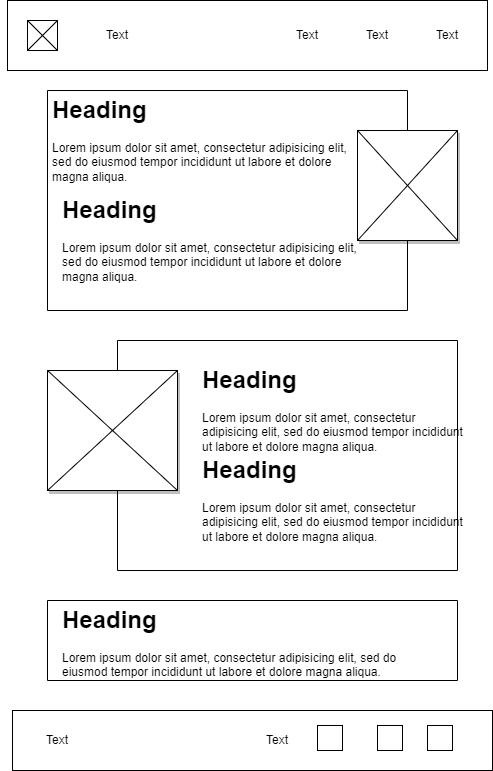
The draw.io diagram southern_bantu/images/Page-3-Wireframe.png in Nobility24/wdd130, before a commit. Source tidied: cells renumbered, new cells last; positions are measured from the earlier drawing's top-left corner, leaving out a move shared by most shapes.
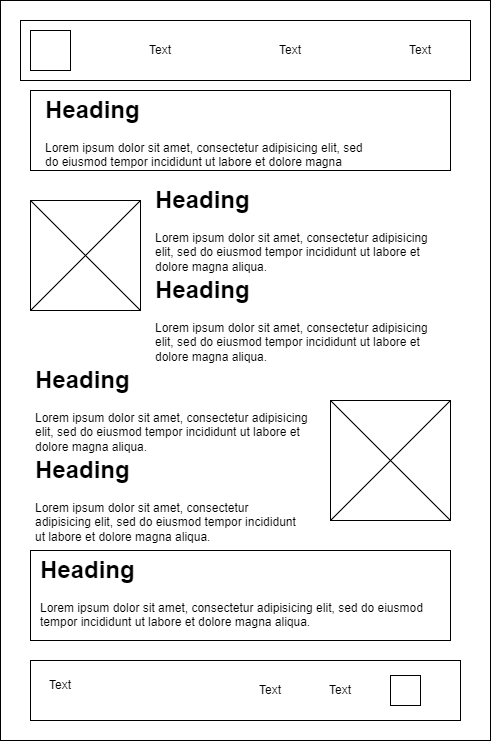
After the change.

Commit message:
first CSS add on personal website page 3

Change to the diagram source:
```diff
@@ -2,100 +2,80 @@
   <root>
     <mxCell id="0" />
     <mxCell id="1" parent="0" />
-    <mxCell id="2" style="edgeStyle=orthogonalEdgeStyle;rounded=0;jettySize=auto;html=1;exitX=0;exitY=0.5;exitDx=0;exitDy=0;" parent="1" edge="1" source="3">
-      <mxGeometry relative="1" as="geometry">
-        <mxPoint y="35" as="targetPoint" />
-      </mxGeometry>
-    </mxCell>
-    <mxCell id="3" style="rounded=0;whiteSpace=wrap;html=1;" parent="1" vertex="1">
-      <mxGeometry width="480" height="70" as="geometry" />
-    </mxCell>
-    <mxCell id="4" style="whiteSpace=wrap;html=1;" parent="1" vertex="1">
-      <mxGeometry x="20" y="20" width="30" height="30" as="geometry" />
-    </mxCell>
-    <mxCell id="5" style="endArrow=none;html=1;rounded=0;" parent="1" edge="1">
-      <mxGeometry relative="1" as="geometry">
-        <mxPoint x="20" y="50" as="sourcePoint" />
-        <mxPoint x="50" y="20" as="targetPoint" />
-      </mxGeometry>
-    </mxCell>
-    <mxCell id="6" style="endArrow=none;html=1;rounded=0;" parent="1" edge="1">
-      <mxGeometry relative="1" as="geometry">
-        <mxPoint x="20" y="20" as="sourcePoint" />
-        <mxPoint x="50" y="50" as="targetPoint" />
-      </mxGeometry>
-    </mxCell>
-    <mxCell id="7" value="Text" style="text;html=1;strokeColor=none;fillColor=none;align=center;verticalAlign=middle;whiteSpace=wrap;rounded=0;" parent="1" vertex="1">
-      <mxGeometry x="270" y="20" width="60" height="30" as="geometry" />
-    </mxCell>
-    <mxCell id="8" value="Text" style="text;html=1;strokeColor=none;fillColor=none;align=center;verticalAlign=middle;whiteSpace=wrap;rounded=0;" parent="1" vertex="1">
-      <mxGeometry x="340" y="20" width="60" height="30" as="geometry" />
-    </mxCell>
-    <mxCell id="9" value="Text" style="text;html=1;strokeColor=none;fillColor=none;align=center;verticalAlign=middle;whiteSpace=wrap;rounded=0;" parent="1" vertex="1">
-      <mxGeometry x="410" y="20" width="60" height="30" as="geometry" />
-    </mxCell>
-    <mxCell id="10" value="Text" style="text;html=1;strokeColor=#Home;fillColor=none;align=center;verticalAlign=middle;whiteSpace=wrap;rounded=0;" parent="1" vertex="1">
-      <mxGeometry x="80" y="20" width="60" height="30" as="geometry" />
-    </mxCell>
-    <mxCell id="11" style="rounded=0;whiteSpace=wrap;html=1;" parent="1" vertex="1">
-      <mxGeometry x="5" y="710" width="480" height="60" as="geometry" />
-    </mxCell>
-    <mxCell id="12" value="Text" style="text;html=1;strokeColor=none;fillColor=none;align=center;verticalAlign=middle;whiteSpace=wrap;rounded=0;" parent="1" vertex="1">
-      <mxGeometry x="20" y="725" width="60" height="30" as="geometry" />
-    </mxCell>
-    <mxCell id="13" style="swimlane;startSize=0;" parent="1" vertex="1">
-      <mxGeometry x="40" y="90" width="360" height="220" as="geometry" />
-    </mxCell>
-    <mxCell id="14" value="&lt;h1&gt;Heading&lt;/h1&gt;&lt;p&gt;Lorem ipsum dolor sit amet, consectetur adipisicing elit, sed do eiusmod tempor incididunt ut labore et dolore magna aliqua.&lt;/p&gt;" style="text;html=1;strokeColor=none;fillColor=none;spacing=5;spacingTop=-20;whiteSpace=wrap;overflow=hidden;rounded=0;" parent="13" vertex="1">
-      <mxGeometry width="320" height="120" as="geometry" />
-    </mxCell>
-    <mxCell id="15" value="&lt;h1&gt;Heading&lt;/h1&gt;&lt;p&gt;Lorem ipsum dolor sit amet, consectetur adipisicing elit, sed do eiusmod tempor incididunt ut labore et dolore magna aliqua.&lt;/p&gt;" style="text;html=1;strokeColor=none;fillColor=none;spacing=5;spacingTop=-20;whiteSpace=wrap;overflow=hidden;rounded=0;" parent="13" vertex="1">
-      <mxGeometry x="10" y="100" width="310" height="120" as="geometry" />
-    </mxCell>
-    <mxCell id="16" style="swimlane;startSize=0;" parent="1" vertex="1">
-      <mxGeometry x="110" y="340" width="340" height="230" as="geometry" />
-    </mxCell>
-    <mxCell id="17" value="&lt;h1&gt;Heading&lt;/h1&gt;&lt;p&gt;Lorem ipsum dolor sit amet, consectetur adipisicing elit, sed do eiusmod tempor incididunt ut labore et dolore magna aliqua.&lt;/p&gt;" style="text;html=1;strokeColor=none;fillColor=none;spacing=5;spacingTop=-20;whiteSpace=wrap;overflow=hidden;rounded=0;" parent="16" vertex="1">
-      <mxGeometry x="80" y="20" width="270" height="100" as="geometry" />
-    </mxCell>
-    <mxCell id="18" value="&lt;h1&gt;Heading&lt;/h1&gt;&lt;p&gt;Lorem ipsum dolor sit amet, consectetur adipisicing elit, sed do eiusmod tempor incididunt ut labore et dolore magna aliqua.&lt;/p&gt;" style="text;html=1;strokeColor=none;fillColor=none;spacing=5;spacingTop=-20;whiteSpace=wrap;overflow=hidden;rounded=0;" parent="16" vertex="1">
-      <mxGeometry x="80" y="110" width="270" height="120" as="geometry" />
-    </mxCell>
-    <mxCell id="19" style="whiteSpace=wrap;html=1;rounded=0;shadow=1;" parent="1" vertex="1">
-      <mxGeometry x="350" y="130" width="100" height="110" as="geometry" />
-    </mxCell>
-    <mxCell id="20" style="endArrow=none;html=1;rounded=0;entryX=1;entryY=0;entryDx=0;entryDy=0;exitX=0;exitY=1;exitDx=0;exitDy=0;" parent="1" edge="1" source="19" target="19">
-      <mxGeometry relative="1" as="geometry" />
-    </mxCell>
-    <mxCell id="21" style="endArrow=none;html=1;rounded=0;entryX=0;entryY=0;entryDx=0;entryDy=0;exitX=1;exitY=1;exitDx=0;exitDy=0;" parent="1" edge="1" source="19" target="19">
-      <mxGeometry relative="1" as="geometry" />
-    </mxCell>
-    <mxCell id="22" style="rounded=0;whiteSpace=wrap;html=1;shadow=1;" parent="1" vertex="1">
-      <mxGeometry x="40" y="370" width="130" height="120" as="geometry" />
-    </mxCell>
-    <mxCell id="23" style="endArrow=none;html=1;rounded=0;entryX=1;entryY=0;entryDx=0;entryDy=0;exitX=0;exitY=1;exitDx=0;exitDy=0;" parent="1" edge="1" source="22" target="22">
-      <mxGeometry relative="1" as="geometry" />
-    </mxCell>
-    <mxCell id="24" style="endArrow=none;html=1;rounded=0;entryX=0;entryY=0;entryDx=0;entryDy=0;exitX=1;exitY=1;exitDx=0;exitDy=0;" parent="1" edge="1" source="22" target="22">
-      <mxGeometry relative="1" as="geometry" />
-    </mxCell>
-    <mxCell id="25" style="swimlane;startSize=0;" parent="1" vertex="1">
-      <mxGeometry x="40" y="600" width="410" height="80" as="geometry" />
-    </mxCell>
-    <mxCell id="26" value="&lt;h1&gt;Heading&lt;/h1&gt;&lt;p&gt;Lorem ipsum dolor sit amet, consectetur adipisicing elit, sed do eiusmod tempor incididunt ut labore et dolore magna aliqua.&lt;/p&gt;" style="text;html=1;strokeColor=none;fillColor=none;spacing=5;spacingTop=-20;whiteSpace=wrap;overflow=hidden;rounded=0;" parent="25" vertex="1">
-      <mxGeometry x="10" width="390" height="80" as="geometry" />
-    </mxCell>
-    <mxCell id="27" value="Text" style="text;html=1;strokeColor=none;fillColor=none;align=center;verticalAlign=middle;whiteSpace=wrap;rounded=0;" parent="1" vertex="1">
-      <mxGeometry x="240" y="725" width="60" height="30" as="geometry" />
-    </mxCell>
-    <mxCell id="28" style="whiteSpace=wrap;html=1;" parent="1" vertex="1">
-      <mxGeometry x="310" y="725" width="25" height="25" as="geometry" />
-    </mxCell>
-    <mxCell id="29" style="whiteSpace=wrap;html=1;" parent="1" vertex="1">
-      <mxGeometry x="370" y="725" width="25" height="25" as="geometry" />
-    </mxCell>
-    <mxCell id="30" style="whiteSpace=wrap;html=1;" parent="1" vertex="1">
-      <mxGeometry x="420" y="725" width="25" height="25" as="geometry" />
-    </mxCell>
+    <mxCell id="31" style="rounded=0;whiteSpace=wrap;html=1;" parent="1" vertex="1">
+      <mxGeometry x="840" y="790" width="490" height="740" as="geometry" />
+    </mxCell>
+    <mxCell id="32" style="rounded=0;whiteSpace=wrap;html=1;" parent="1" vertex="1">
+      <mxGeometry x="860" y="810" width="450" height="60" as="geometry" />
+    </mxCell>
+    <mxCell id="33" style="whiteSpace=wrap;html=1;" parent="1" vertex="1">
+      <mxGeometry x="870" y="820" width="40" height="40" as="geometry" />
+    </mxCell>
+    <mxCell id="34" value="Text" style="text;html=1;strokeColor=none;fillColor=none;align=center;verticalAlign=middle;whiteSpace=wrap;rounded=0;" parent="1" vertex="1">
+      <mxGeometry x="970" y="825" width="60" height="30" as="geometry" />
+    </mxCell>
+    <mxCell id="35" value="Text" style="text;html=1;strokeColor=none;fillColor=none;align=center;verticalAlign=middle;whiteSpace=wrap;rounded=0;" parent="1" vertex="1">
+      <mxGeometry x="1100" y="825" width="60" height="30" as="geometry" />
+    </mxCell>
+    <mxCell id="36" value="Text" style="text;html=1;strokeColor=none;fillColor=none;align=center;verticalAlign=middle;whiteSpace=wrap;rounded=0;" parent="1" vertex="1">
+      <mxGeometry x="1230" y="825" width="60" height="30" as="geometry" />
+    </mxCell>
+    <mxCell id="37" style="rounded=0;whiteSpace=wrap;html=1;" parent="1" vertex="1">
+      <mxGeometry x="870" y="880" width="420" height="80" as="geometry" />
+    </mxCell>
+    <mxCell id="38" value="&lt;h1&gt;Heading&lt;/h1&gt;&lt;p&gt;Lorem ipsum dolor sit amet, consectetur adipisicing elit, sed do eiusmod tempor incididunt ut labore et dolore magna aliqua.&lt;/p&gt;" style="text;html=1;strokeColor=none;fillColor=none;spacing=5;spacingTop=-20;whiteSpace=wrap;overflow=hidden;rounded=0;" parent="1" vertex="1">
+      <mxGeometry x="880" y="880" width="330" height="80" as="geometry" />
+    </mxCell>
+    <mxCell id="39" style="whiteSpace=wrap;html=1;" parent="1" vertex="1">
+      <mxGeometry x="870" y="990" width="110" height="110" as="geometry" />
+    </mxCell>
+    <mxCell id="40" style="endArrow=none;html=1;rounded=0;entryX=1;entryY=0;entryDx=0;entryDy=0;exitX=0;exitY=1;exitDx=0;exitDy=0;" parent="1" edge="1" source="39" target="39">
+      <mxGeometry relative="1" as="geometry" />
+    </mxCell>
+    <mxCell id="41" style="endArrow=none;html=1;rounded=0;entryX=0;entryY=0;entryDx=0;entryDy=0;exitX=1;exitY=1;exitDx=0;exitDy=0;" parent="1" edge="1" source="39" target="39">
+      <mxGeometry relative="1" as="geometry" />
+    </mxCell>
+    <mxCell id="42" value="&lt;h1&gt;Heading&lt;/h1&gt;&lt;p&gt;Lorem ipsum dolor sit amet, consectetur adipisicing elit, sed do eiusmod tempor incididunt ut labore et dolore magna aliqua.&lt;/p&gt;" style="text;html=1;strokeColor=none;fillColor=none;spacing=5;spacingTop=-20;whiteSpace=wrap;overflow=hidden;rounded=0;" parent="1" vertex="1">
+      <mxGeometry x="990" y="970" width="300" height="100" as="geometry" />
+    </mxCell>
+    <mxCell id="43" value="&lt;h1&gt;Heading&lt;/h1&gt;&lt;p&gt;Lorem ipsum dolor sit amet, consectetur adipisicing elit, sed do eiusmod tempor incididunt ut labore et dolore magna aliqua.&lt;/p&gt;" style="text;html=1;strokeColor=none;fillColor=none;spacing=5;spacingTop=-20;whiteSpace=wrap;overflow=hidden;rounded=0;" parent="1" vertex="1">
+      <mxGeometry x="990" y="1060" width="300" height="100" as="geometry" />
+    </mxCell>
+    <mxCell id="44" value="&lt;h1&gt;Heading&lt;/h1&gt;&lt;p&gt;Lorem ipsum dolor sit amet, consectetur adipisicing elit, sed do eiusmod tempor incididunt ut labore et dolore magna aliqua.&lt;/p&gt;" style="text;html=1;strokeColor=none;fillColor=none;spacing=5;spacingTop=-20;whiteSpace=wrap;overflow=hidden;rounded=0;" parent="1" vertex="1">
+      <mxGeometry x="870" y="1150" width="290" height="120" as="geometry" />
+    </mxCell>
+    <mxCell id="45" style="whiteSpace=wrap;html=1;" parent="1" vertex="1">
+      <mxGeometry x="1170" y="1190" width="120" height="120" as="geometry" />
+    </mxCell>
+    <mxCell id="46" style="endArrow=none;html=1;rounded=0;entryX=1;entryY=0;entryDx=0;entryDy=0;exitX=0;exitY=1;exitDx=0;exitDy=0;" parent="1" edge="1" source="45" target="45">
+      <mxGeometry relative="1" as="geometry" />
+    </mxCell>
+    <mxCell id="47" style="endArrow=none;html=1;rounded=0;exitX=1;exitY=1;exitDx=0;exitDy=0;entryX=0;entryY=0;entryDx=0;entryDy=0;" parent="1" edge="1" source="45" target="45">
+      <mxGeometry relative="1" as="geometry" />
+    </mxCell>
+    <mxCell id="48" value="&lt;h1&gt;Heading&lt;/h1&gt;&lt;p&gt;Lorem ipsum dolor sit amet, consectetur adipisicing elit, sed do eiusmod tempor incididunt ut labore et dolore magna aliqua.&lt;/p&gt;" style="text;html=1;strokeColor=none;fillColor=none;spacing=5;spacingTop=-20;whiteSpace=wrap;overflow=hidden;rounded=0;" parent="1" vertex="1">
+      <mxGeometry x="870" y="1240" width="280" height="120" as="geometry" />
+    </mxCell>
+    <mxCell id="49" style="rounded=0;whiteSpace=wrap;html=1;" parent="1" vertex="1">
+      <mxGeometry x="870" y="1340" width="420" height="90" as="geometry" />
+    </mxCell>
+    <mxCell id="50" value="&lt;h1&gt;Heading&lt;/h1&gt;&lt;p&gt;Lorem ipsum dolor sit amet, consectetur adipisicing elit, sed do eiusmod tempor incididunt ut labore et dolore magna aliqua.&lt;/p&gt;" style="text;html=1;strokeColor=none;fillColor=none;spacing=5;spacingTop=-20;whiteSpace=wrap;overflow=hidden;rounded=0;" parent="1" vertex="1">
+      <mxGeometry x="875" y="1340" width="420" height="120" as="geometry" />
+    </mxCell>
+    <mxCell id="51" style="rounded=0;whiteSpace=wrap;html=1;" parent="1" vertex="1">
+      <mxGeometry x="870" y="1450" width="430" height="60" as="geometry" />
+    </mxCell>
+    <mxCell id="52" value="Text" style="text;html=1;strokeColor=none;fillColor=none;align=center;verticalAlign=middle;whiteSpace=wrap;rounded=0;" parent="1" vertex="1">
+      <mxGeometry x="1150" y="1465" width="60" height="30" as="geometry" />
+    </mxCell>
+    <mxCell id="53" value="Text" style="text;html=1;strokeColor=none;fillColor=none;align=center;verticalAlign=middle;whiteSpace=wrap;rounded=0;" parent="1" vertex="1">
+      <mxGeometry x="1080" y="1465" width="60" height="30" as="geometry" />
+    </mxCell>
+    <mxCell id="54" style="whiteSpace=wrap;html=1;" parent="1" vertex="1">
+      <mxGeometry x="1230" y="1465" width="30" height="30" as="geometry" />
+    </mxCell>
+    <mxCell id="55" value="Text" style="text;html=1;strokeColor=none;fillColor=none;align=center;verticalAlign=middle;whiteSpace=wrap;rounded=0;" parent="1" vertex="1">
+      <mxGeometry x="870" y="1460" width="60" height="30" as="geometry" />
+    </mxCell>
   </root>
 </mxGraphModel>
```
